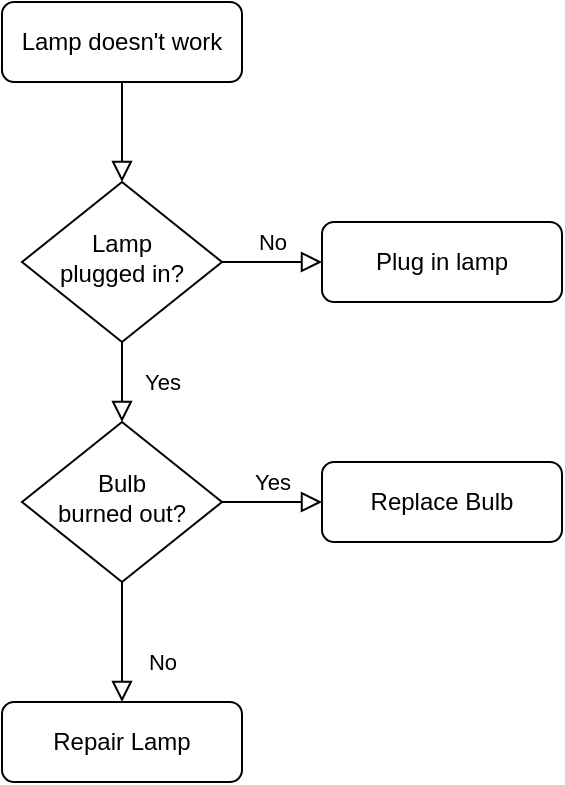
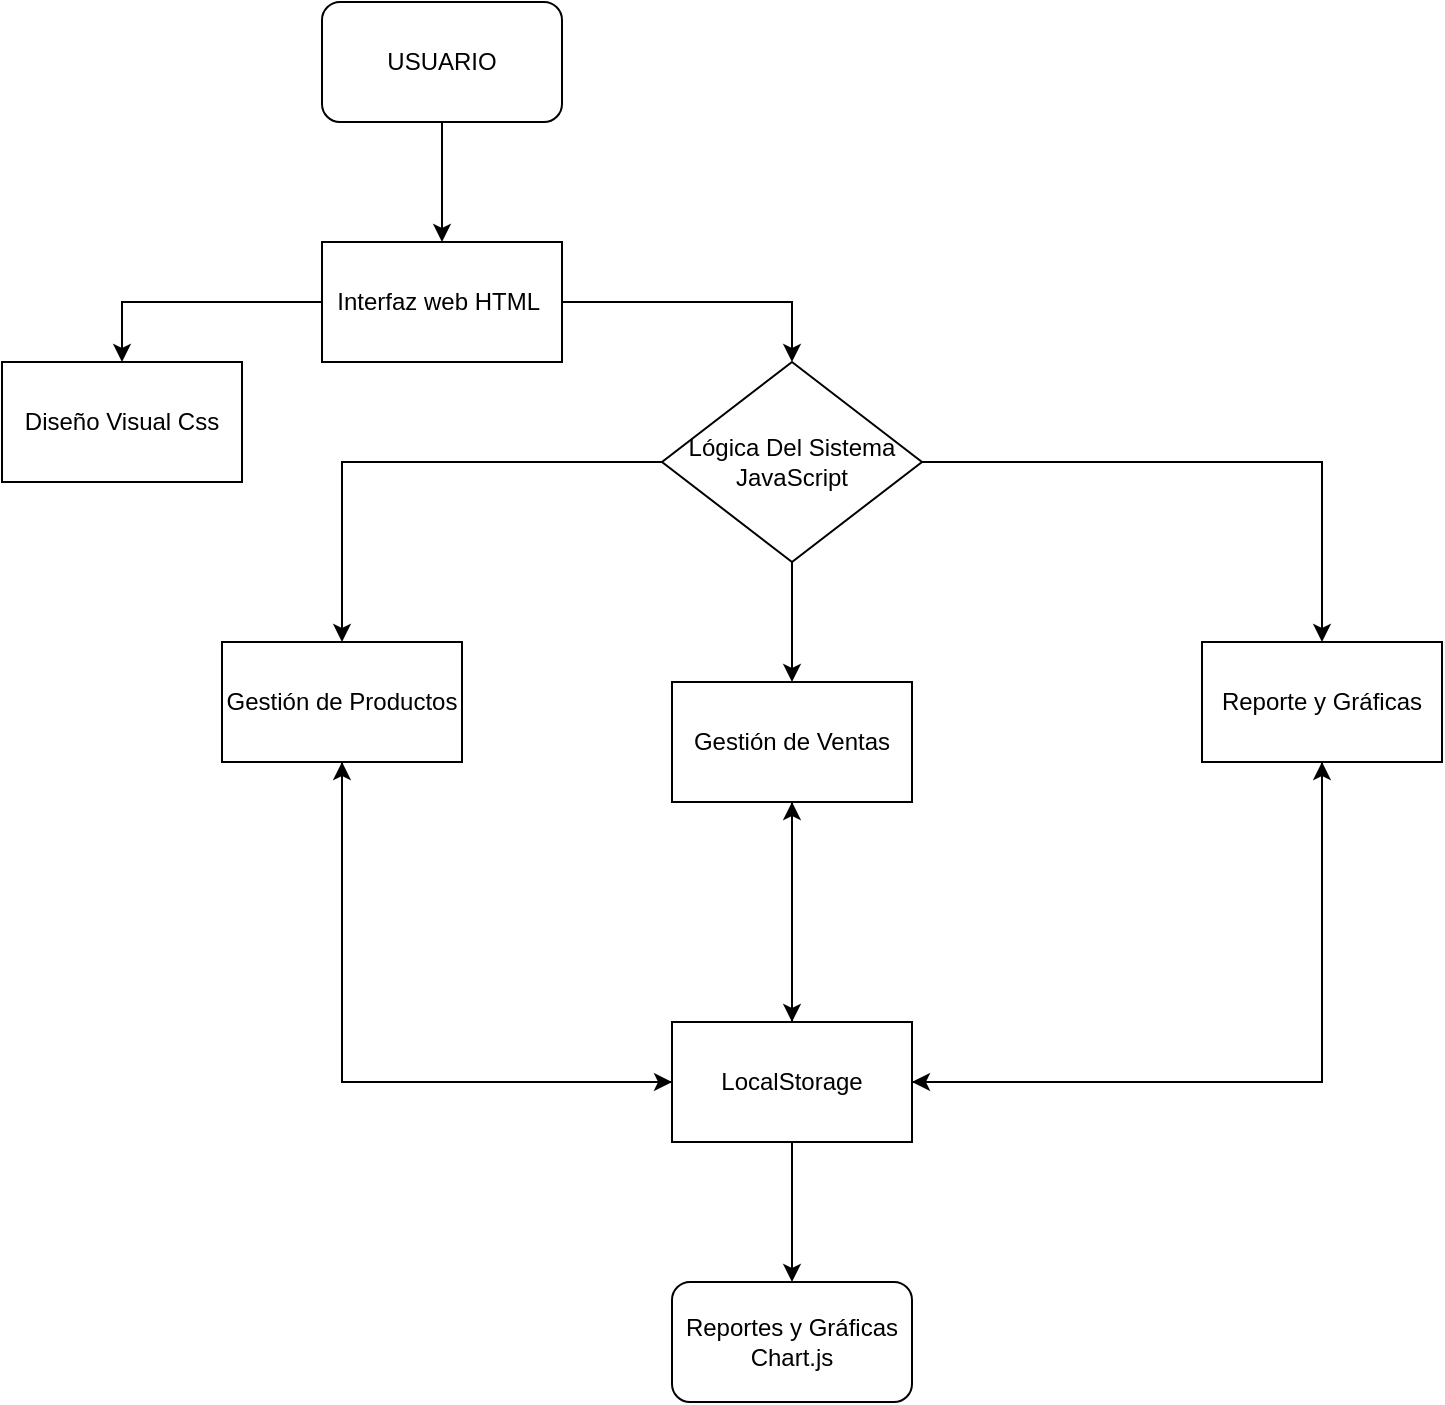
<mxfile host="app.diagrams.net">
  <diagram id="C5RBs43oDa-KdzZeNtuy" name="Page-1">
-     <mxGraphModel dx="1223" dy="898" grid="1" gridSize="10" guides="1" tooltips="1" connect="1" arrows="1" fold="1" page="1" pageScale="1" pageWidth="827" pageHeight="1169" math="0" shadow="0">
+     <mxGraphModel dx="1477" dy="731" grid="1" gridSize="10" guides="1" tooltips="1" connect="1" arrows="1" fold="1" page="1" pageScale="1" pageWidth="827" pageHeight="1169" math="0" shadow="0">
      <root>
        <mxCell id="WIyWlLk6GJQsqaUBKTNV-0" />
        <mxCell id="WIyWlLk6GJQsqaUBKTNV-1" parent="WIyWlLk6GJQsqaUBKTNV-0" />
-         <mxCell id="WIyWlLk6GJQsqaUBKTNV-2" value="" style="rounded=0;html=1;jettySize=auto;orthogonalLoop=1;fontSize=11;endArrow=block;endFill=0;endSize=8;strokeWidth=1;shadow=0;labelBackgroundColor=none;edgeStyle=orthogonalEdgeStyle;" parent="WIyWlLk6GJQsqaUBKTNV-1" source="WIyWlLk6GJQsqaUBKTNV-3" target="WIyWlLk6GJQsqaUBKTNV-6" edge="1">
+         <mxCell id="0Z4R7opRp8sjdeCksrZA-25" edge="1" parent="WIyWlLk6GJQsqaUBKTNV-1" source="0Z4R7opRp8sjdeCksrZA-3" style="edgeStyle=orthogonalEdgeStyle;rounded=0;orthogonalLoop=1;jettySize=auto;html=1;entryX=0.5;entryY=0;entryDx=0;entryDy=0;" target="0Z4R7opRp8sjdeCksrZA-4">
          <mxGeometry relative="1" as="geometry" />
        </mxCell>
-         <mxCell id="WIyWlLk6GJQsqaUBKTNV-3" value="Lamp doesn&#39;t work" style="rounded=1;whiteSpace=wrap;html=1;fontSize=12;glass=0;strokeWidth=1;shadow=0;" parent="WIyWlLk6GJQsqaUBKTNV-1" vertex="1">
-           <mxGeometry x="160" y="80" width="120" height="40" as="geometry" />
+         <mxCell id="0Z4R7opRp8sjdeCksrZA-3" parent="WIyWlLk6GJQsqaUBKTNV-1" style="rounded=1;whiteSpace=wrap;html=1;" value="USUARIO" vertex="1">
+           <mxGeometry height="60" width="120" x="330" y="30" as="geometry" />
        </mxCell>
-         <mxCell id="WIyWlLk6GJQsqaUBKTNV-4" value="Yes" style="rounded=0;html=1;jettySize=auto;orthogonalLoop=1;fontSize=11;endArrow=block;endFill=0;endSize=8;strokeWidth=1;shadow=0;labelBackgroundColor=none;edgeStyle=orthogonalEdgeStyle;" parent="WIyWlLk6GJQsqaUBKTNV-1" source="WIyWlLk6GJQsqaUBKTNV-6" target="WIyWlLk6GJQsqaUBKTNV-10" edge="1">
-           <mxGeometry y="20" relative="1" as="geometry">
-             <mxPoint as="offset" />
-           </mxGeometry>
+         <mxCell id="0Z4R7opRp8sjdeCksrZA-26" edge="1" parent="WIyWlLk6GJQsqaUBKTNV-1" source="0Z4R7opRp8sjdeCksrZA-4" style="edgeStyle=orthogonalEdgeStyle;rounded=0;orthogonalLoop=1;jettySize=auto;html=1;entryX=0.5;entryY=0;entryDx=0;entryDy=0;" target="0Z4R7opRp8sjdeCksrZA-5">
+           <mxGeometry relative="1" as="geometry" />
        </mxCell>
-         <mxCell id="WIyWlLk6GJQsqaUBKTNV-5" value="No" style="edgeStyle=orthogonalEdgeStyle;rounded=0;html=1;jettySize=auto;orthogonalLoop=1;fontSize=11;endArrow=block;endFill=0;endSize=8;strokeWidth=1;shadow=0;labelBackgroundColor=none;" parent="WIyWlLk6GJQsqaUBKTNV-1" source="WIyWlLk6GJQsqaUBKTNV-6" target="WIyWlLk6GJQsqaUBKTNV-7" edge="1">
-           <mxGeometry y="10" relative="1" as="geometry">
-             <mxPoint as="offset" />
-           </mxGeometry>
+         <mxCell id="0Z4R7opRp8sjdeCksrZA-27" edge="1" parent="WIyWlLk6GJQsqaUBKTNV-1" source="0Z4R7opRp8sjdeCksrZA-4" style="edgeStyle=orthogonalEdgeStyle;rounded=0;orthogonalLoop=1;jettySize=auto;html=1;entryX=0.5;entryY=0;entryDx=0;entryDy=0;" target="0Z4R7opRp8sjdeCksrZA-8">
+           <mxGeometry relative="1" as="geometry" />
        </mxCell>
-         <mxCell id="WIyWlLk6GJQsqaUBKTNV-6" value="Lamp&lt;br&gt;plugged in?" style="rhombus;whiteSpace=wrap;html=1;shadow=0;fontFamily=Helvetica;fontSize=12;align=center;strokeWidth=1;spacing=6;spacingTop=-4;" parent="WIyWlLk6GJQsqaUBKTNV-1" vertex="1">
-           <mxGeometry x="170" y="170" width="100" height="80" as="geometry" />
+         <mxCell id="0Z4R7opRp8sjdeCksrZA-4" parent="WIyWlLk6GJQsqaUBKTNV-1" style="rounded=0;whiteSpace=wrap;html=1;" value="Interfaz web HTML&amp;nbsp;" vertex="1">
+           <mxGeometry height="60" width="120" x="330" y="150" as="geometry" />
        </mxCell>
-         <mxCell id="WIyWlLk6GJQsqaUBKTNV-7" value="Plug in lamp" style="rounded=1;whiteSpace=wrap;html=1;fontSize=12;glass=0;strokeWidth=1;shadow=0;" parent="WIyWlLk6GJQsqaUBKTNV-1" vertex="1">
-           <mxGeometry x="320" y="190" width="120" height="40" as="geometry" />
+         <mxCell id="0Z4R7opRp8sjdeCksrZA-5" parent="WIyWlLk6GJQsqaUBKTNV-1" style="rounded=0;whiteSpace=wrap;html=1;" value="Diseño Visual Css" vertex="1">
+           <mxGeometry height="60" width="120" x="170" y="210" as="geometry" />
        </mxCell>
-         <mxCell id="WIyWlLk6GJQsqaUBKTNV-8" value="No" style="rounded=0;html=1;jettySize=auto;orthogonalLoop=1;fontSize=11;endArrow=block;endFill=0;endSize=8;strokeWidth=1;shadow=0;labelBackgroundColor=none;edgeStyle=orthogonalEdgeStyle;" parent="WIyWlLk6GJQsqaUBKTNV-1" source="WIyWlLk6GJQsqaUBKTNV-10" target="WIyWlLk6GJQsqaUBKTNV-11" edge="1">
-           <mxGeometry x="0.3333" y="20" relative="1" as="geometry">
-             <mxPoint as="offset" />
-           </mxGeometry>
+         <mxCell id="0Z4R7opRp8sjdeCksrZA-13" edge="1" parent="WIyWlLk6GJQsqaUBKTNV-1" source="0Z4R7opRp8sjdeCksrZA-8" style="edgeStyle=orthogonalEdgeStyle;rounded=0;orthogonalLoop=1;jettySize=auto;html=1;entryX=0.5;entryY=0;entryDx=0;entryDy=0;" target="0Z4R7opRp8sjdeCksrZA-9">
+           <mxGeometry relative="1" as="geometry" />
        </mxCell>
-         <mxCell id="WIyWlLk6GJQsqaUBKTNV-9" value="Yes" style="edgeStyle=orthogonalEdgeStyle;rounded=0;html=1;jettySize=auto;orthogonalLoop=1;fontSize=11;endArrow=block;endFill=0;endSize=8;strokeWidth=1;shadow=0;labelBackgroundColor=none;" parent="WIyWlLk6GJQsqaUBKTNV-1" source="WIyWlLk6GJQsqaUBKTNV-10" target="WIyWlLk6GJQsqaUBKTNV-12" edge="1">
-           <mxGeometry y="10" relative="1" as="geometry">
-             <mxPoint as="offset" />
-           </mxGeometry>
+         <mxCell id="0Z4R7opRp8sjdeCksrZA-14" edge="1" parent="WIyWlLk6GJQsqaUBKTNV-1" source="0Z4R7opRp8sjdeCksrZA-8" style="edgeStyle=orthogonalEdgeStyle;rounded=0;orthogonalLoop=1;jettySize=auto;html=1;entryX=0.5;entryY=0;entryDx=0;entryDy=0;" target="0Z4R7opRp8sjdeCksrZA-10">
+           <mxGeometry relative="1" as="geometry" />
        </mxCell>
-         <mxCell id="WIyWlLk6GJQsqaUBKTNV-10" value="Bulb&lt;br&gt;burned out?" style="rhombus;whiteSpace=wrap;html=1;shadow=0;fontFamily=Helvetica;fontSize=12;align=center;strokeWidth=1;spacing=6;spacingTop=-4;" parent="WIyWlLk6GJQsqaUBKTNV-1" vertex="1">
-           <mxGeometry x="170" y="290" width="100" height="80" as="geometry" />
+         <mxCell id="0Z4R7opRp8sjdeCksrZA-15" edge="1" parent="WIyWlLk6GJQsqaUBKTNV-1" source="0Z4R7opRp8sjdeCksrZA-8" style="edgeStyle=orthogonalEdgeStyle;rounded=0;orthogonalLoop=1;jettySize=auto;html=1;entryX=0.5;entryY=0;entryDx=0;entryDy=0;" target="0Z4R7opRp8sjdeCksrZA-11">
+           <mxGeometry relative="1" as="geometry" />
        </mxCell>
-         <mxCell id="WIyWlLk6GJQsqaUBKTNV-11" value="Repair Lamp" style="rounded=1;whiteSpace=wrap;html=1;fontSize=12;glass=0;strokeWidth=1;shadow=0;" parent="WIyWlLk6GJQsqaUBKTNV-1" vertex="1">
-           <mxGeometry x="160" y="430" width="120" height="40" as="geometry" />
+         <mxCell id="0Z4R7opRp8sjdeCksrZA-8" parent="WIyWlLk6GJQsqaUBKTNV-1" style="rhombus;whiteSpace=wrap;html=1;" value="Lógica Del Sistema JavaScript" vertex="1">
+           <mxGeometry height="100" width="130" x="500" y="210" as="geometry" />
        </mxCell>
-         <mxCell id="WIyWlLk6GJQsqaUBKTNV-12" value="Replace Bulb" style="rounded=1;whiteSpace=wrap;html=1;fontSize=12;glass=0;strokeWidth=1;shadow=0;" parent="WIyWlLk6GJQsqaUBKTNV-1" vertex="1">
-           <mxGeometry x="320" y="310" width="120" height="40" as="geometry" />
+         <mxCell id="0Z4R7opRp8sjdeCksrZA-16" edge="1" parent="WIyWlLk6GJQsqaUBKTNV-1" source="0Z4R7opRp8sjdeCksrZA-9" style="edgeStyle=orthogonalEdgeStyle;rounded=0;orthogonalLoop=1;jettySize=auto;html=1;entryX=0;entryY=0.5;entryDx=0;entryDy=0;exitX=0.5;exitY=1;exitDx=0;exitDy=0;" target="0Z4R7opRp8sjdeCksrZA-12">
+           <mxGeometry relative="1" as="geometry" />
+         </mxCell>
+         <mxCell id="0Z4R7opRp8sjdeCksrZA-9" parent="WIyWlLk6GJQsqaUBKTNV-1" style="rounded=0;whiteSpace=wrap;html=1;" value="Gestión de Productos" vertex="1">
+           <mxGeometry height="60" width="120" x="280" y="350" as="geometry" />
+         </mxCell>
+         <mxCell id="0Z4R7opRp8sjdeCksrZA-17" edge="1" parent="WIyWlLk6GJQsqaUBKTNV-1" source="0Z4R7opRp8sjdeCksrZA-10" style="edgeStyle=orthogonalEdgeStyle;rounded=0;orthogonalLoop=1;jettySize=auto;html=1;exitX=0.5;exitY=1;exitDx=0;exitDy=0;entryX=0.5;entryY=0;entryDx=0;entryDy=0;" target="0Z4R7opRp8sjdeCksrZA-12">
+           <mxGeometry relative="1" as="geometry" />
+         </mxCell>
+         <mxCell id="0Z4R7opRp8sjdeCksrZA-10" parent="WIyWlLk6GJQsqaUBKTNV-1" style="rounded=0;whiteSpace=wrap;html=1;" value="Gestión de Ventas" vertex="1">
+           <mxGeometry height="60" width="120" x="505" y="370" as="geometry" />
+         </mxCell>
+         <mxCell id="0Z4R7opRp8sjdeCksrZA-20" edge="1" parent="WIyWlLk6GJQsqaUBKTNV-1" source="0Z4R7opRp8sjdeCksrZA-11" style="edgeStyle=orthogonalEdgeStyle;rounded=0;orthogonalLoop=1;jettySize=auto;html=1;entryX=1;entryY=0.5;entryDx=0;entryDy=0;exitX=0.5;exitY=1;exitDx=0;exitDy=0;" target="0Z4R7opRp8sjdeCksrZA-12">
+           <mxGeometry relative="1" as="geometry" />
+         </mxCell>
+         <mxCell id="0Z4R7opRp8sjdeCksrZA-11" parent="WIyWlLk6GJQsqaUBKTNV-1" style="rounded=0;whiteSpace=wrap;html=1;" value="Reporte y Gráficas" vertex="1">
+           <mxGeometry height="60" width="120" x="770" y="350" as="geometry" />
+         </mxCell>
+         <mxCell id="0Z4R7opRp8sjdeCksrZA-18" edge="1" parent="WIyWlLk6GJQsqaUBKTNV-1" source="0Z4R7opRp8sjdeCksrZA-12" style="edgeStyle=orthogonalEdgeStyle;rounded=0;orthogonalLoop=1;jettySize=auto;html=1;entryX=0.5;entryY=1;entryDx=0;entryDy=0;" target="0Z4R7opRp8sjdeCksrZA-10">
+           <mxGeometry relative="1" as="geometry" />
+         </mxCell>
+         <mxCell id="0Z4R7opRp8sjdeCksrZA-19" edge="1" parent="WIyWlLk6GJQsqaUBKTNV-1" source="0Z4R7opRp8sjdeCksrZA-12" style="edgeStyle=orthogonalEdgeStyle;rounded=0;orthogonalLoop=1;jettySize=auto;html=1;entryX=0.5;entryY=1;entryDx=0;entryDy=0;" target="0Z4R7opRp8sjdeCksrZA-9">
+           <mxGeometry relative="1" as="geometry" />
+         </mxCell>
+         <mxCell id="0Z4R7opRp8sjdeCksrZA-21" edge="1" parent="WIyWlLk6GJQsqaUBKTNV-1" source="0Z4R7opRp8sjdeCksrZA-12" style="edgeStyle=orthogonalEdgeStyle;rounded=0;orthogonalLoop=1;jettySize=auto;html=1;entryX=0.5;entryY=1;entryDx=0;entryDy=0;" target="0Z4R7opRp8sjdeCksrZA-11">
+           <mxGeometry relative="1" as="geometry" />
+         </mxCell>
+         <mxCell id="0Z4R7opRp8sjdeCksrZA-24" edge="1" parent="WIyWlLk6GJQsqaUBKTNV-1" source="0Z4R7opRp8sjdeCksrZA-12" style="edgeStyle=orthogonalEdgeStyle;rounded=0;orthogonalLoop=1;jettySize=auto;html=1;" target="0Z4R7opRp8sjdeCksrZA-23">
+           <mxGeometry relative="1" as="geometry" />
+         </mxCell>
+         <mxCell id="0Z4R7opRp8sjdeCksrZA-12" parent="WIyWlLk6GJQsqaUBKTNV-1" style="rounded=0;whiteSpace=wrap;html=1;" value="LocalStorage" vertex="1">
+           <mxGeometry height="60" width="120" x="505" y="540" as="geometry" />
+         </mxCell>
+         <mxCell id="0Z4R7opRp8sjdeCksrZA-23" parent="WIyWlLk6GJQsqaUBKTNV-1" style="rounded=1;whiteSpace=wrap;html=1;" value="Reportes y Gráficas Chart.js" vertex="1">
+           <mxGeometry height="60" width="120" x="505" y="670" as="geometry" />
        </mxCell>
      </root>
    </mxGraphModel>
  </diagram>
</mxfile>
